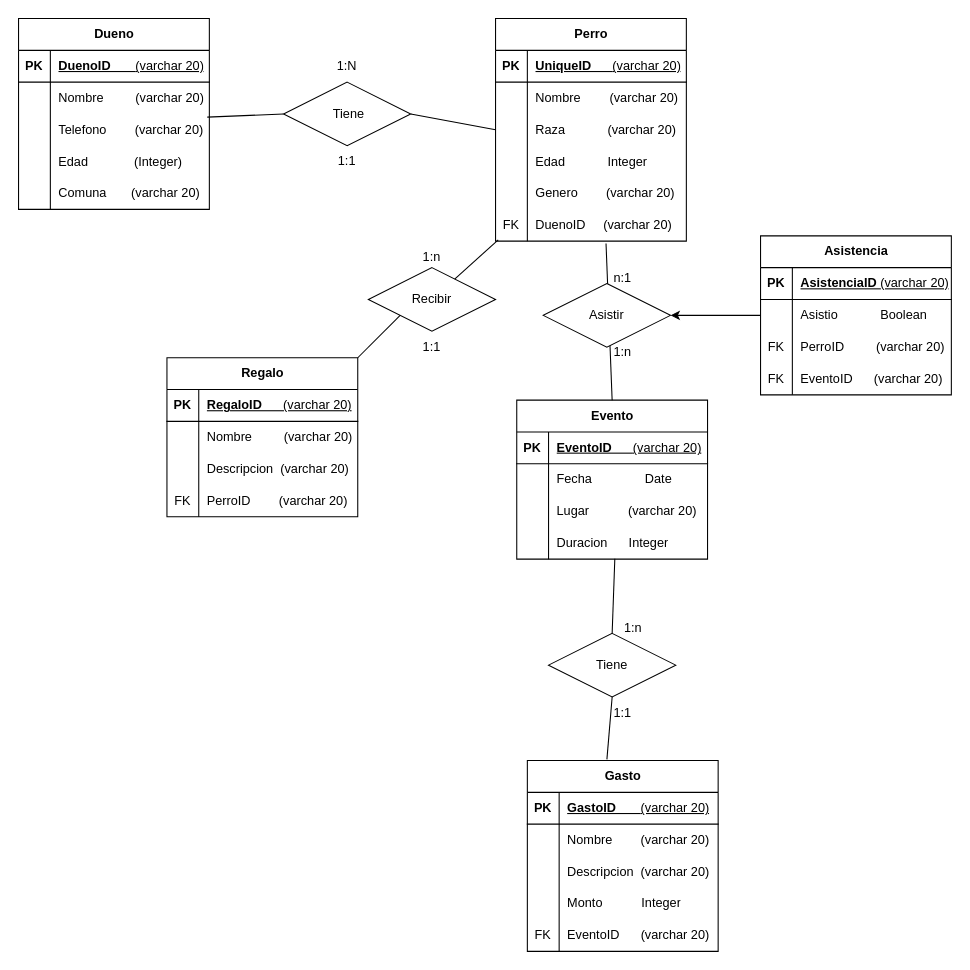
The draw.io diagram Diagrama sin título.drawio in ItsMeZetaa/Diagramas, before the edit. Source tidied: cells renumbered, new cells numbered last; positions are measured from the earlier drawing's top-left corner, leaving out a move shared by most shapes. Both pictures are drawn from the tidied source at 106%, with x=0, y=0 at pixel (18, 18).
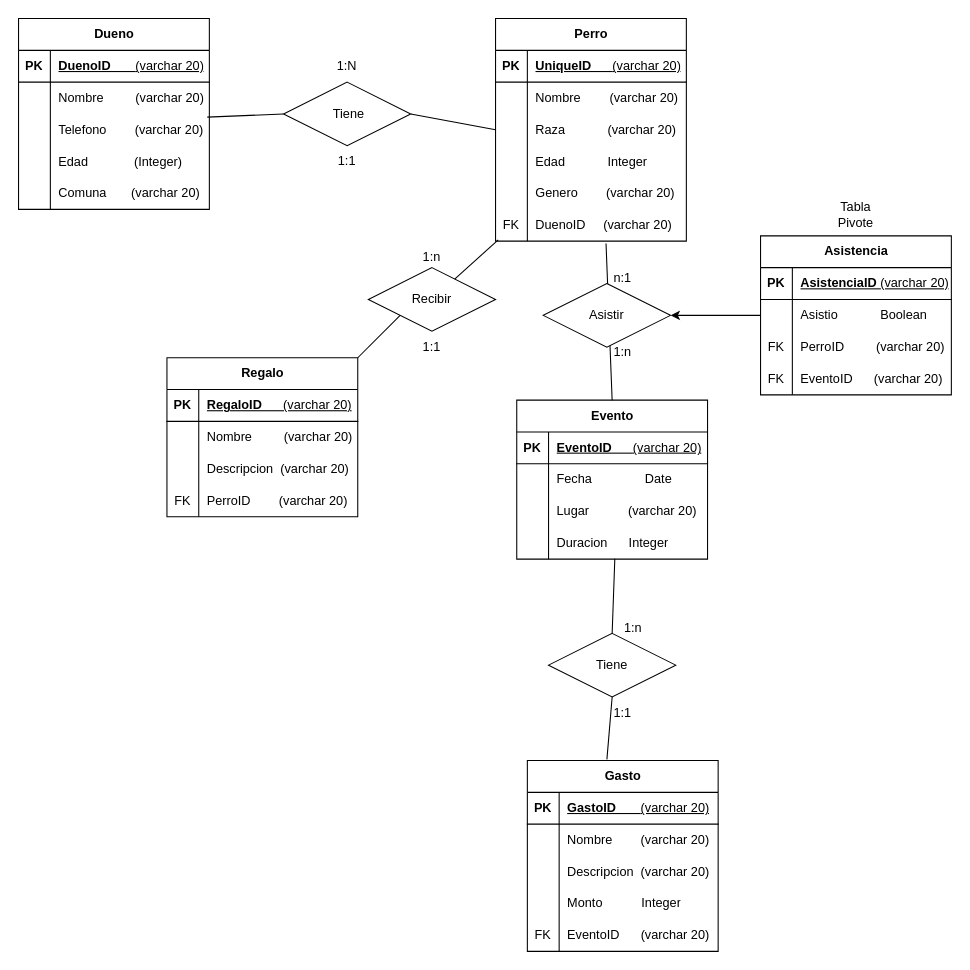
The same page after the edit.

The edit, as a diff of the source:
```diff
@@
+    <mxCell id="114" value="Tabla Pivote" style="text;html=1;align=center;verticalAlign=middle;whiteSpace=wrap;rounded=0;" parent="1" vertex="1">
+      <mxGeometry x="760" y="170" width="60" height="30" as="geometry" />
+    </mxCell>
```
